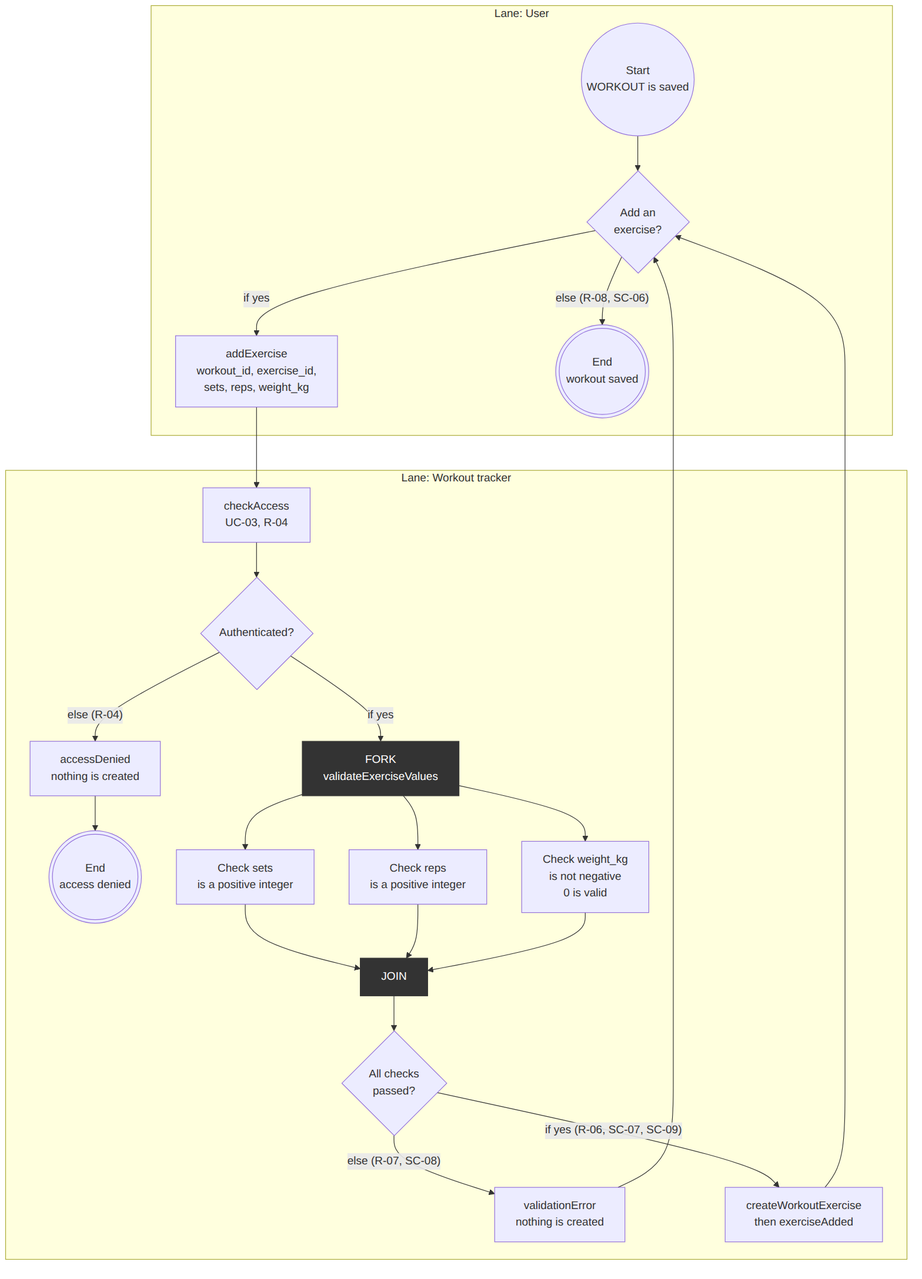
This is task-4/activity-diagram.png from setlors/kpi-2, a Mermaid export, as it was before one commit. Its source is kept beside it as task-4/activity-diagram.mmd.
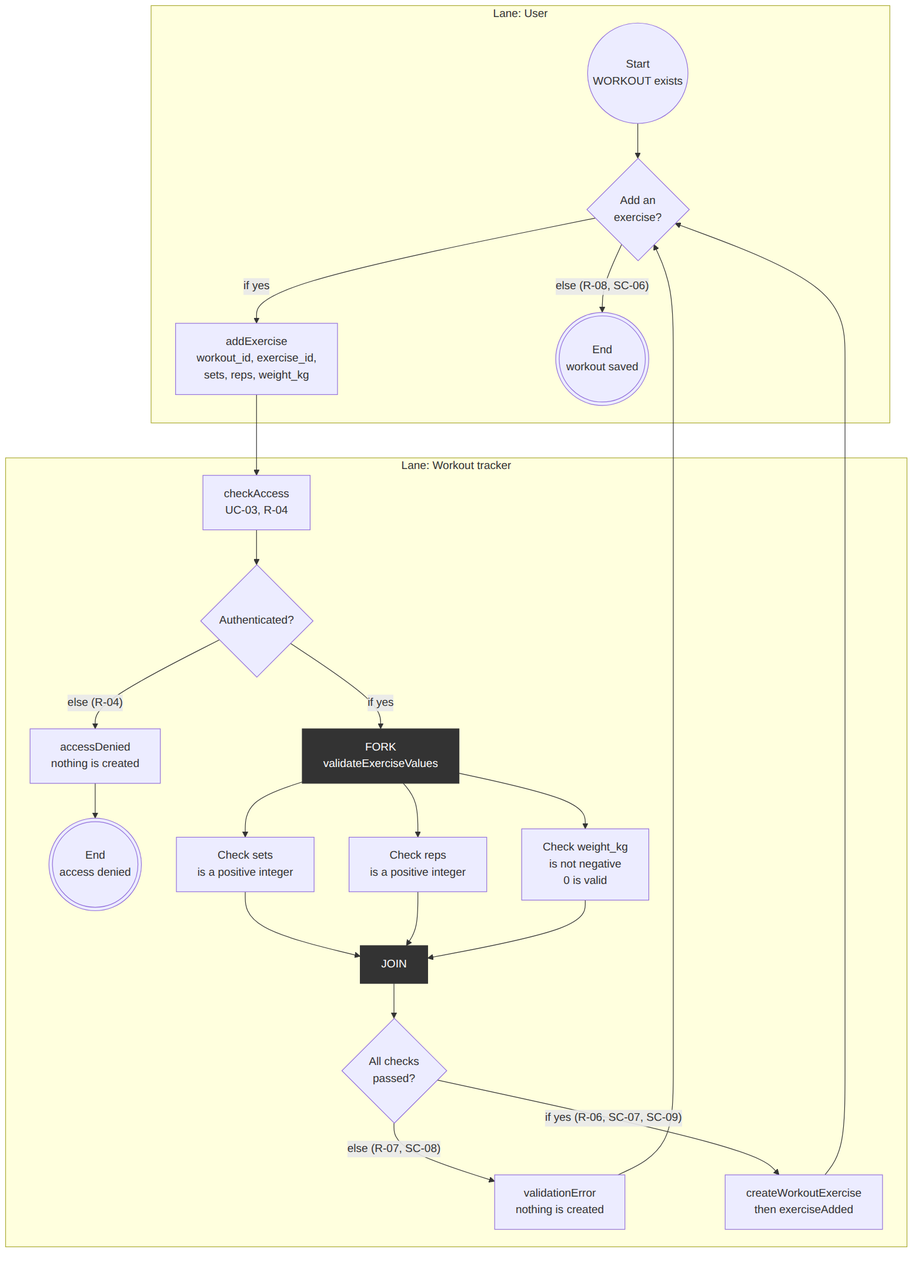
The same file after the commit.

The edit, as a diff of the source:
```diff
@@ -1,6 +1,6 @@
 flowchart TB
     subgraph USER["Lane: User"]
-        S0(("Start<br/>WORKOUT is saved"))
+        S0(("Start<br/>WORKOUT exists"))
         D1{"Add an<br/>exercise?"}
         A2["addExercise<br/>workout_id, exercise_id,<br/>sets, reps, weight_kg"]
         E1((("End<br/>workout saved")))
```
